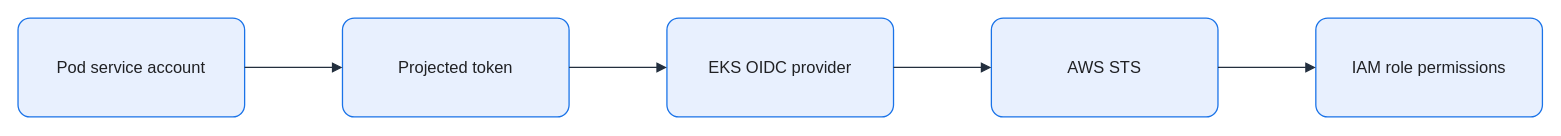
KKamJi98/kkamji98.github.io keeps this draw.io diagram as assets/img/aws/irsa-web-identity-flow.drawio. Above is the earlier version. Source tidied: cells renumbered, new cells numbered last; positions are measured from the earlier drawing's top-left corner, leaving out a move shared by most shapes. Both pictures are drawn from the tidied source at 103%, with x=0, y=0 at pixel (18, 18).
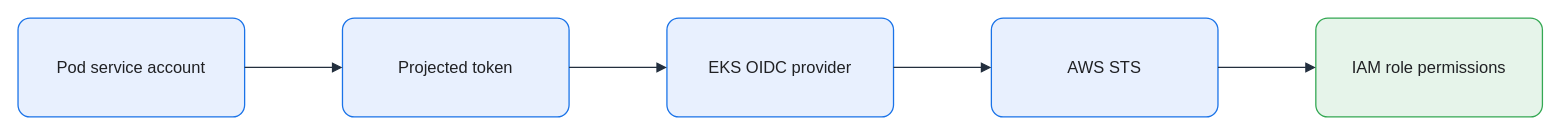
The same diagram, later.

What changed in the source:
```diff
@@
 <mxGraphModel background="#FFFFFF">
   <root>
     <mxCell id="0" />
     <mxCell id="1" parent="0" />
     <mxCell id="2" value="Pod service account" style="rounded=1;arcSize=12;whiteSpace=wrap;html=0;fillColor=#E8F0FE;strokeColor=#1A73E8;strokeWidth=1.25;fontColor=#202124;fontSize=16;align=center;verticalAlign=middle;spacing=8;shadow=0;" parent="1" vertex="1">
       <mxGeometry width="220" height="96" as="geometry" />
     </mxCell>
     <mxCell id="3" value="Projected token" style="rounded=1;arcSize=12;whiteSpace=wrap;html=0;fillColor=#E8F0FE;strokeColor=#1A73E8;strokeWidth=1.25;fontColor=#202124;fontSize=16;align=center;verticalAlign=middle;spacing=8;shadow=0;" parent="1" vertex="1">
       <mxGeometry x="315" width="220" height="96" as="geometry" />
     </mxCell>
     <mxCell id="4" value="EKS OIDC provider" style="rounded=1;arcSize=12;whiteSpace=wrap;html=0;fillColor=#E8F0FE;strokeColor=#1A73E8;strokeWidth=1.25;fontColor=#202124;fontSize=16;align=center;verticalAlign=middle;spacing=8;shadow=0;" parent="1" vertex="1">
       <mxGeometry x="630" width="220" height="96" as="geometry" />
     </mxCell>
     <mxCell id="5" value="AWS STS" style="rounded=1;arcSize=12;whiteSpace=wrap;html=0;fillColor=#E8F0FE;strokeColor=#1A73E8;strokeWidth=1.25;fontColor=#202124;fontSize=16;align=center;verticalAlign=middle;spacing=8;shadow=0;" parent="1" vertex="1">
       <mxGeometry x="945" width="220" height="96" as="geometry" />
     </mxCell>
-    <mxCell id="6" value="IAM role permissions" style="rounded=1;arcSize=12;whiteSpace=wrap;html=0;fillColor=#E8F0FE;strokeColor=#1A73E8;strokeWidth=1.25;fontColor=#202124;fontSize=16;align=center;verticalAlign=middle;spacing=8;shadow=0;" parent="1" vertex="1">
+    <mxCell id="6" value="IAM role permissions" style="rounded=1;arcSize=12;whiteSpace=wrap;html=0;fillColor=#E6F4EA;strokeColor=#34A853;strokeWidth=1.25;fontColor=#202124;fontSize=16;align=center;verticalAlign=middle;spacing=8;shadow=0;" parent="1" vertex="1">
       <mxGeometry x="1260" width="220" height="96" as="geometry" />
     </mxCell>
     <mxCell id="7" style="edgeStyle=orthogonalEdgeStyle;rounded=0;jettySize=auto;html=0;endArrow=block;endFill=1;strokeColor=#232F3E;strokeWidth=1.25;fontColor=#202124;labelBackgroundColor=none;exitX=1;exitY=0.5;exitDx=0;exitDy=0;entryX=0;entryY=0.5;entryDx=0;entryDy=0;endSize=7;" parent="1" edge="1" source="2" target="3">
       <mxGeometry relative="1" as="geometry" />
     </mxCell>
     <mxCell id="8" style="edgeStyle=orthogonalEdgeStyle;rounded=0;jettySize=auto;html=0;endArrow=block;endFill=1;strokeColor=#232F3E;strokeWidth=1.25;fontColor=#202124;labelBackgroundColor=none;exitX=1;exitY=0.5;exitDx=0;exitDy=0;entryX=0;entryY=0.5;entryDx=0;entryDy=0;endSize=7;" parent="1" edge="1" source="3" target="4">
       <mxGeometry relative="1" as="geometry" />
     </mxCell>
     <mxCell id="9" style="edgeStyle=orthogonalEdgeStyle;rounded=0;jettySize=auto;html=0;endArrow=block;endFill=1;strokeColor=#232F3E;strokeWidth=1.25;fontColor=#202124;labelBackgroundColor=none;exitX=1;exitY=0.5;exitDx=0;exitDy=0;entryX=0;entryY=0.5;entryDx=0;entryDy=0;endSize=7;" parent="1" edge="1" source="4" target="5">
       <mxGeometry relative="1" as="geometry" />
     </mxCell>
     <mxCell id="10" style="edgeStyle=orthogonalEdgeStyle;rounded=0;jettySize=auto;html=0;endArrow=block;endFill=1;strokeColor=#232F3E;strokeWidth=1.25;fontColor=#202124;labelBackgroundColor=none;exitX=1;exitY=0.5;exitDx=0;exitDy=0;entryX=0;entryY=0.5;entryDx=0;entryDy=0;endSize=7;" parent="1" edge="1" source="5" target="6">
       <mxGeometry relative="1" as="geometry" />
     </mxCell>
   </root>
 </mxGraphModel>
```
